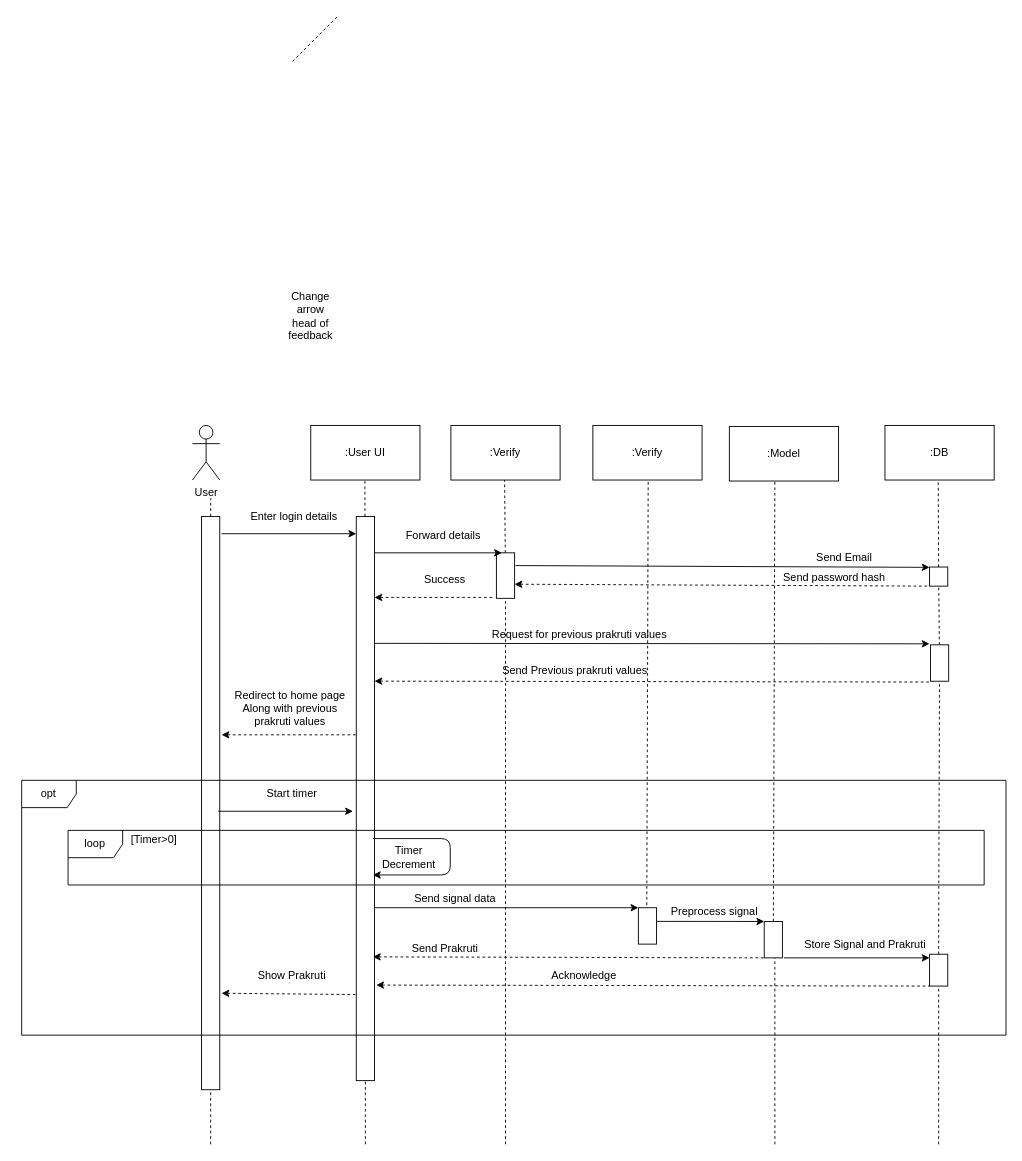
Before: page "Sequence" (5 of 8) of nadi.drawio in MohitBurkule/nadi, a draw.io diagram. Source tidied: cells renumbered, new cells numbered last; positions are measured from the earlier drawing's top-left corner, leaving out a move shared by most shapes. Both pictures are drawn from the tidied source at 91%, with x=0, y=0 at pixel (21, 15).
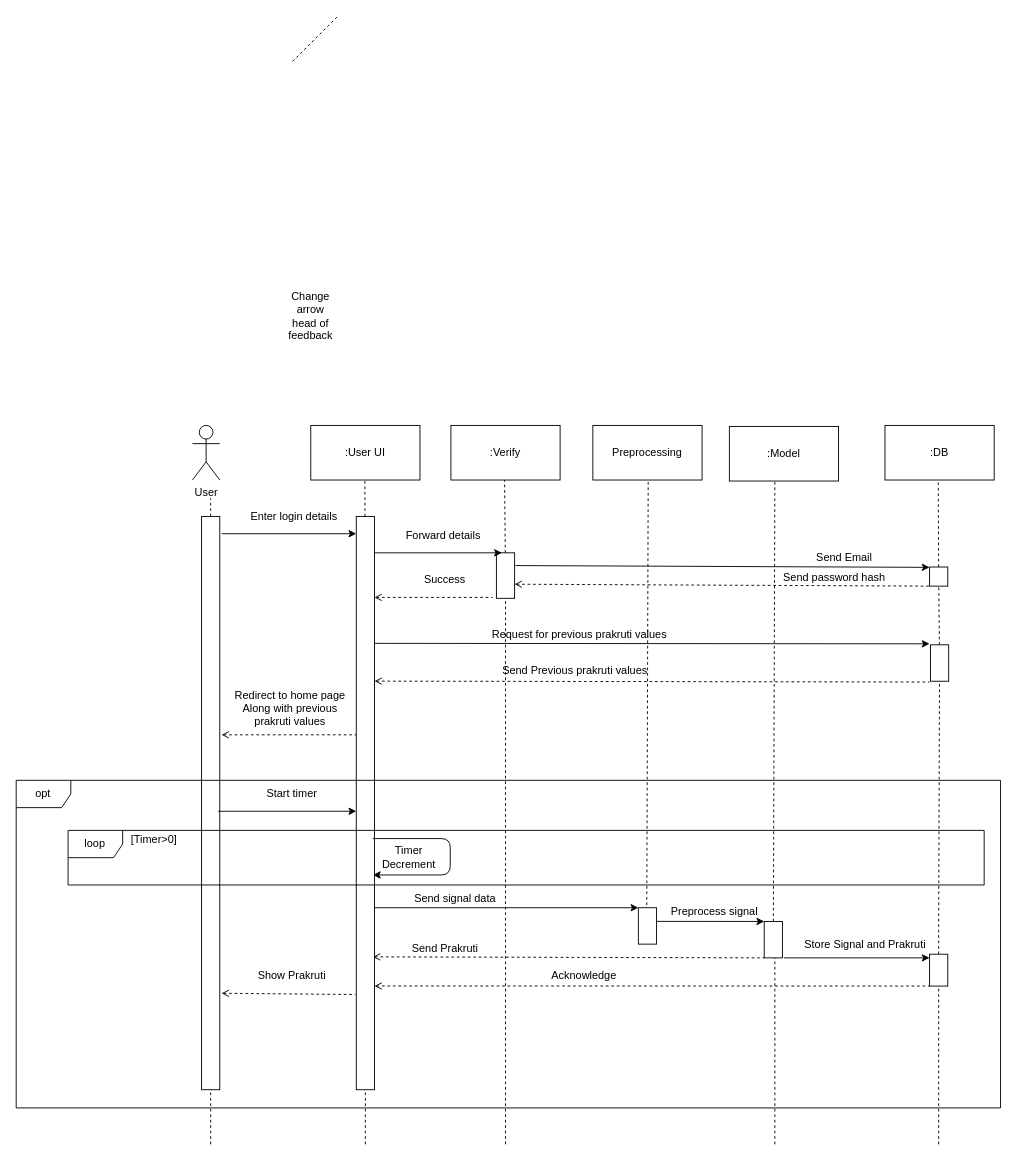
After the change.

Unchanged cells that the change refers to:
```xml
<mxCell id="23" style="group;" parent="1" vertex="1">
  <mxGeometry x="388" y="610" width="130" height="29" as="geometry" />
</mxCell>
<mxCell id="28" style="group;" parent="1" vertex="1">
  <mxGeometry x="216.3" y="845" width="184" height="39" as="geometry" />
</mxCell>
<mxCell id="31" style="rounded=0;whiteSpace=wrap;html=1;fontSize=12;" parent="1" vertex="1">
  <mxGeometry x="816.3" y="995.1" width="20" height="40" as="geometry" />
</mxCell>
<mxCell id="42" style="rounded=0;whiteSpace=wrap;html=1;fontSize=12;" parent="1" vertex="1">
  <mxGeometry x="998" y="605.6" width="20" height="21" as="geometry" />
</mxCell>
<mxCell id="57" style="rounded=0;whiteSpace=wrap;html=1;fontSize=12;" parent="1" vertex="1">
  <mxGeometry x="998" y="1031.1" width="20" height="35" as="geometry" />
</mxCell>
```

Diff of the diagram source:
```diff
@@
     <mxCell id="13" style="rounded=0;whiteSpace=wrap;html=1;fontSize=12;" parent="1" vertex="1">
-      <mxGeometry x="368" y="550" width="20" height="620" as="geometry" />
+      <mxGeometry x="368" y="550" width="20" height="630" as="geometry" />
     </mxCell>
@@
-    <mxCell id="24" style="endArrow=none;html=1;strokeColor=#000000;fillColor=#ffffff;fontSize=12;startArrow=classic;startFill=1;endFill=0;dashed=1;jumpSize=4;" parent="23" edge="1">
+    <mxCell id="24" style="endArrow=none;html=1;strokeColor=#000000;fillColor=#ffffff;fontSize=12;startArrow=open;startFill=0;endFill=0;dashed=1;jumpSize=4;" parent="23" edge="1">
       <mxGeometry relative="1" as="geometry">
         <mxPoint y="29" as="sourcePoint" />
         <mxPoint x="130" y="29" as="targetPoint" />
       </mxGeometry>
     </mxCell>
@@
     <mxCell id="29" style="endArrow=classic;html=1;strokeColor=#000000;fillColor=#ffffff;fontSize=12;" parent="28" edge="1">
       <mxGeometry relative="1" as="geometry">
         <mxPoint y="29" as="sourcePoint" />
-        <mxPoint x="148" y="29" as="targetPoint" />
+        <mxPoint x="151.7" y="29" as="targetPoint" />
       </mxGeometry>
     </mxCell>
@@
-    <mxCell id="36" style="endArrow=none;html=1;strokeColor=#000000;fillColor=#ffffff;fontSize=12;startArrow=classic;startFill=1;endFill=0;dashed=1;jumpSize=4;entryX=0;entryY=1;entryDx=0;entryDy=0;" parent="1" edge="1" target="42">
+    <mxCell id="36" style="endArrow=none;html=1;strokeColor=#000000;fillColor=#ffffff;fontSize=12;startArrow=open;startFill=0;endFill=0;dashed=1;jumpSize=4;entryX=0;entryY=1;entryDx=0;entryDy=0;" parent="1" edge="1" target="42">
       <mxGeometry x="1051" y="305.5" as="geometry">
         <mxPoint x="542" y="624.5" as="sourcePoint" />
       </mxGeometry>
     </mxCell>
@@
-    <mxCell id="45" style="endArrow=none;html=1;strokeColor=#000000;fillColor=#ffffff;fontSize=12;startArrow=classic;startFill=1;endFill=0;dashed=1;jumpSize=4;" parent="1" edge="1">
+    <mxCell id="45" style="endArrow=none;html=1;strokeColor=#000000;fillColor=#ffffff;fontSize=12;startArrow=open;startFill=0;endFill=0;dashed=1;jumpSize=4;" parent="1" edge="1">
       <mxGeometry relative="1" as="geometry">
         <mxPoint x="220" y="790" as="sourcePoint" />
         <mxPoint x="368" y="790" as="targetPoint" />
       </mxGeometry>
     </mxCell>
@@
-    <mxCell id="50" style="endArrow=none;html=1;strokeColor=#000000;fillColor=#ffffff;fontSize=12;startArrow=classic;startFill=1;endFill=0;dashed=1;jumpSize=4;" parent="1" edge="1">
+    <mxCell id="50" style="endArrow=none;html=1;strokeColor=#000000;fillColor=#ffffff;fontSize=12;startArrow=open;startFill=0;endFill=0;dashed=1;jumpSize=4;" parent="1" edge="1">
       <mxGeometry x="897" y="412" as="geometry">
         <mxPoint x="388" y="731" as="sourcePoint" />
         <mxPoint x="998" y="732" as="targetPoint" />
       </mxGeometry>
     </mxCell>
@@
-    <mxCell id="52" style="endArrow=none;html=1;strokeColor=#000000;fillColor=#ffffff;fontSize=12;startArrow=classic;startFill=1;endFill=0;dashed=1;jumpSize=4;entryX=-0.124;entryY=0.516;entryDx=0;entryDy=0;entryPerimeter=0;" parent="1" edge="1">
+    <mxCell id="52" style="endArrow=none;html=1;strokeColor=#000000;fillColor=#ffffff;fontSize=12;startArrow=open;startFill=0;endFill=0;dashed=1;jumpSize=4;entryX=-0.124;entryY=0.516;entryDx=0;entryDy=0;entryPerimeter=0;" parent="1" edge="1">
       <mxGeometry x="102" y="755" as="geometry">
         <mxPoint x="220" y="1074" as="sourcePoint" />
         <mxPoint x="367" y="1075.4" as="targetPoint" />
       </mxGeometry>
     </mxCell>
@@
-    <mxCell id="60" style="endArrow=none;html=1;strokeColor=#000000;fillColor=#ffffff;fontSize=12;startArrow=classic;startFill=1;endFill=0;dashed=1;jumpSize=4;entryX=0;entryY=1;entryDx=0;entryDy=0;" parent="1" edge="1" target="57">
+    <mxCell id="60" style="endArrow=none;html=1;strokeColor=#000000;fillColor=#ffffff;fontSize=12;startArrow=open;startFill=0;endFill=0;dashed=1;jumpSize=4;entryX=0;entryY=1;entryDx=0;entryDy=0;" parent="1" edge="1" target="57">
       <mxGeometry x="568.3" y="746.2" as="geometry">
-        <mxPoint x="390" y="1065" as="sourcePoint" />
+        <mxPoint x="388" y="1066" as="sourcePoint" />
       </mxGeometry>
     </mxCell>
@@
     <mxCell id="64" value="opt" style="shape=umlFrame;whiteSpace=wrap;html=1;" parent="1" vertex="1">
-      <mxGeometry x="0.3" y="840" width="1081.7" height="280" as="geometry" />
+      <mxGeometry x="-5.7" y="840" width="1081.7" height="360" as="geometry" />
     </mxCell>
-    <mxCell id="65" value="&lt;font style=&quot;font-size: 12px&quot;&gt;:Verify&lt;/font&gt;" style="rounded=0;whiteSpace=wrap;html=1;fontSize=5;" parent="1" vertex="1">
+    <mxCell id="65" value="&lt;font style=&quot;font-size: 12px&quot;&gt;Preprocessing&lt;/font&gt;" style="rounded=0;whiteSpace=wrap;html=1;fontSize=5;" parent="1" vertex="1">
       <mxGeometry x="628" y="450" width="120" height="60" as="geometry" />
     </mxCell>
@@
-    <mxCell id="70" style="endArrow=none;html=1;strokeColor=#000000;fillColor=#ffffff;fontSize=12;startArrow=classic;startFill=1;endFill=0;dashed=1;jumpSize=4;entryX=0;entryY=1;entryDx=0;entryDy=0;jumpStyle=none;" parent="1" edge="1" target="31">
+    <mxCell id="70" style="endArrow=none;html=1;strokeColor=#000000;fillColor=#ffffff;fontSize=12;startArrow=open;startFill=0;endFill=0;dashed=1;jumpSize=4;entryX=0;entryY=1;entryDx=0;entryDy=0;jumpStyle=none;" parent="1" edge="1" target="31">
       <mxGeometry x="268.3" y="715" as="geometry">
         <mxPoint x="386.3" y="1034" as="sourcePoint" />
       </mxGeometry>
     </mxCell>
```
